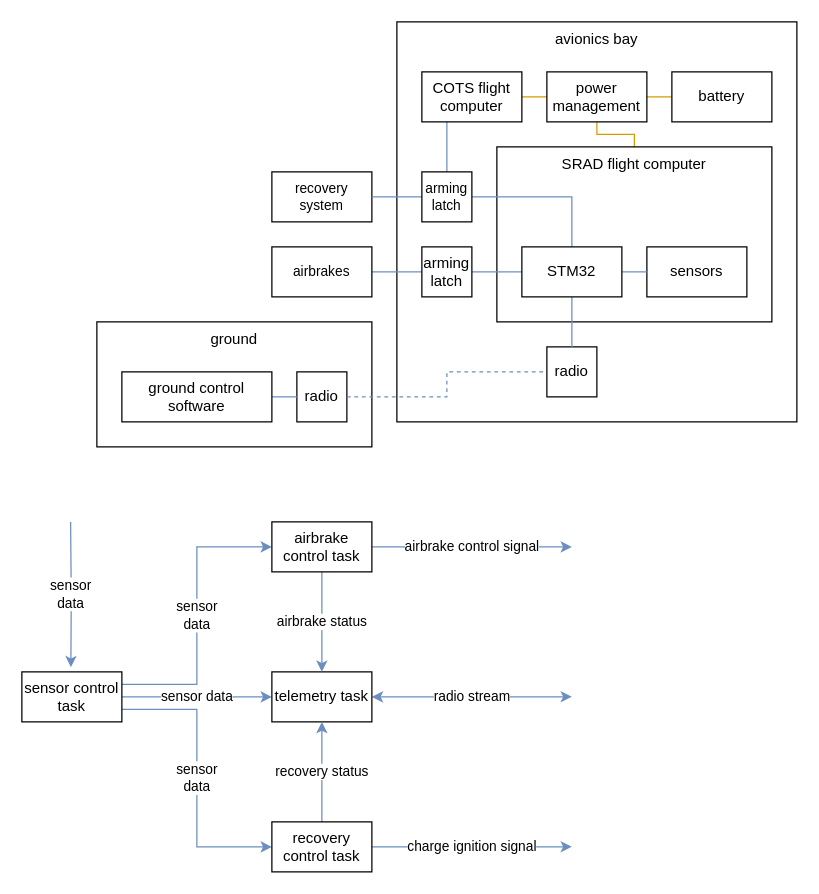
Before: bsli/architecture.drawio in DersuG/notes, a draw.io diagram. Source tidied: cells renumbered, new cells numbered last; positions are measured from the earlier drawing's top-left corner, leaving out a move shared by most shapes. Both pictures are drawn from the tidied source at 125%, with x=0, y=0 at pixel (21, 21).
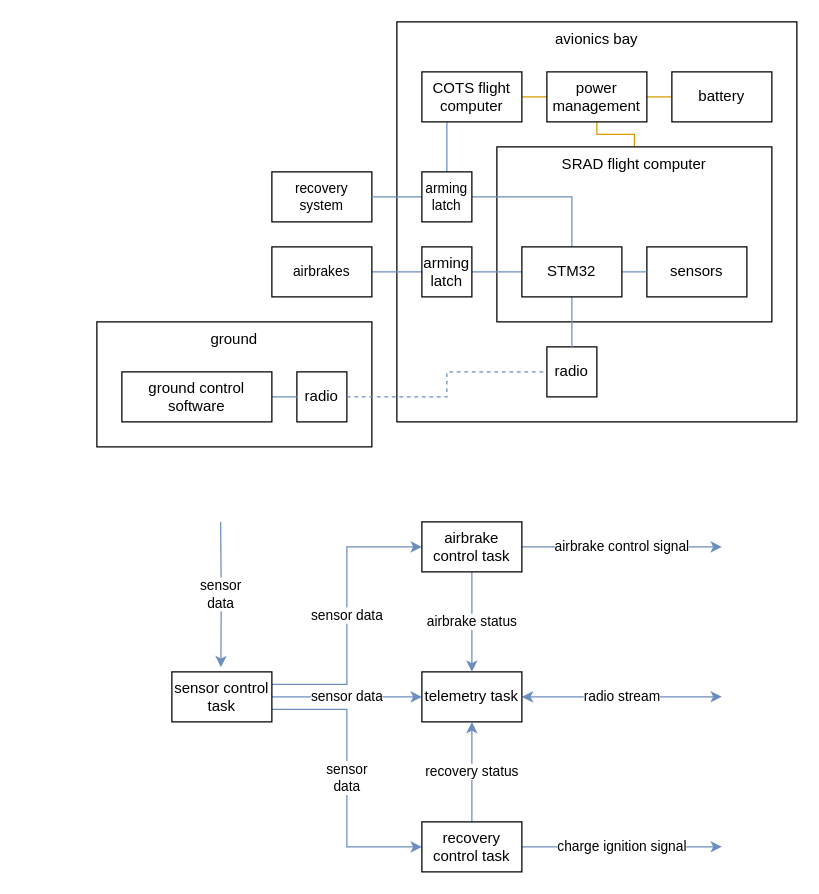
Above is the later version.

Change to the diagram source:
```diff
@@
-    <mxCell id="29" value="sensor&lt;br&gt;data" style="edgeStyle=orthogonalEdgeStyle;rounded=0;jettySize=auto;html=1;exitX=1;exitY=0.25;exitDx=0;exitDy=0;entryX=0;entryY=0.5;entryDx=0;entryDy=0;fillColor=#dae8fc;strokeColor=#6c8ebf;" parent="1" edge="1" source="33" target="38">
+    <mxCell id="29" value="sensor data" style="edgeStyle=orthogonalEdgeStyle;rounded=0;jettySize=auto;html=1;exitX=1;exitY=0.25;exitDx=0;exitDy=0;entryX=0;entryY=0.5;entryDx=0;entryDy=0;fillColor=#dae8fc;strokeColor=#6c8ebf;" parent="1" edge="1" source="33" target="38">
       <mxGeometry relative="1" as="geometry" />
     </mxCell>
@@
     <mxCell id="32" value="sensor&lt;br&gt;data" style="edgeStyle=orthogonalEdgeStyle;rounded=0;jettySize=auto;html=1;entryX=0.49;entryY=-0.094;entryDx=0;entryDy=0;entryPerimeter=0;fillColor=#dae8fc;strokeColor=#6c8ebf;" parent="1" edge="1" target="33">
       <mxGeometry relative="1" as="geometry">
-        <mxPoint x="39" y="400" as="sourcePoint" />
+        <mxPoint x="159" y="400" as="sourcePoint" />
       </mxGeometry>
     </mxCell>
     <mxCell id="33" value="sensor control task" style="rounded=0;whiteSpace=wrap;html=1;" parent="1" vertex="1">
-      <mxGeometry y="520" width="80" height="40" as="geometry" />
+      <mxGeometry x="120" y="520" width="80" height="40" as="geometry" />
     </mxCell>
     <mxCell id="34" value="radio stream" style="edgeStyle=orthogonalEdgeStyle;rounded=0;jettySize=auto;html=1;exitX=1;exitY=0.5;exitDx=0;exitDy=0;startArrow=classic;startFill=1;fillColor=#dae8fc;strokeColor=#6c8ebf;" parent="1" edge="1" source="35">
       <mxGeometry relative="1" as="geometry">
-        <mxPoint x="440" y="539.9" as="targetPoint" />
+        <mxPoint x="560" y="539.9" as="targetPoint" />
       </mxGeometry>
     </mxCell>
     <mxCell id="35" value="telemetry task" style="rounded=0;whiteSpace=wrap;html=1;" parent="1" vertex="1">
-      <mxGeometry x="200" y="520" width="80" height="40" as="geometry" />
+      <mxGeometry x="320" y="520" width="80" height="40" as="geometry" />
     </mxCell>
@@
     <mxCell id="37" value="airbrake control signal" style="edgeStyle=orthogonalEdgeStyle;rounded=0;jettySize=auto;html=1;exitX=1;exitY=0.5;exitDx=0;exitDy=0;fillColor=#dae8fc;strokeColor=#6c8ebf;" parent="1" edge="1" source="38">
       <mxGeometry relative="1" as="geometry">
-        <mxPoint x="440" y="420" as="targetPoint" />
+        <mxPoint x="560" y="420" as="targetPoint" />
       </mxGeometry>
     </mxCell>
     <mxCell id="38" value="airbrake control task" style="rounded=0;whiteSpace=wrap;html=1;" parent="1" vertex="1">
-      <mxGeometry x="200" y="400" width="80" height="40" as="geometry" />
+      <mxGeometry x="320" y="400" width="80" height="40" as="geometry" />
     </mxCell>
@@
     <mxCell id="40" value="charge ignition signal" style="edgeStyle=orthogonalEdgeStyle;rounded=0;jettySize=auto;html=1;exitX=1;exitY=0.5;exitDx=0;exitDy=0;fillColor=#dae8fc;strokeColor=#6c8ebf;" parent="1" edge="1" source="41">
       <mxGeometry relative="1" as="geometry">
-        <mxPoint x="440" y="659.9" as="targetPoint" />
+        <mxPoint x="560" y="659.9" as="targetPoint" />
       </mxGeometry>
     </mxCell>
     <mxCell id="41" value="recovery control task" style="rounded=0;whiteSpace=wrap;html=1;" parent="1" vertex="1">
-      <mxGeometry x="200" y="640" width="80" height="40" as="geometry" />
+      <mxGeometry x="320" y="640" width="80" height="40" as="geometry" />
     </mxCell>
```
